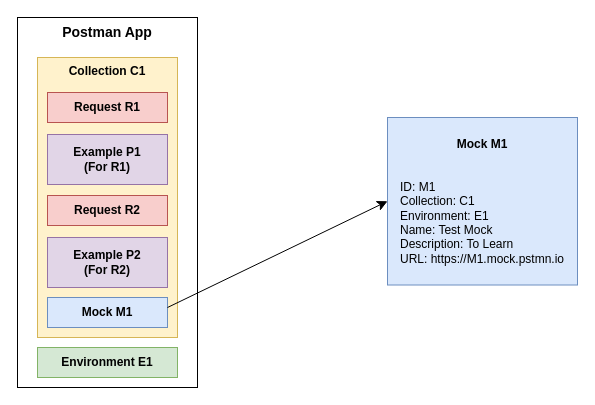
postmanlabs/labs-docs keeps this draw.io diagram as static/mock/show-mock.drawio. Above is the earlier version. Source tidied: cells renumbered, new cells numbered last; positions are measured from the earlier drawing's top-left corner, leaving out a move shared by most shapes. Both pictures are drawn from the tidied source at 100%, with x=0, y=0 at pixel (17, 17).
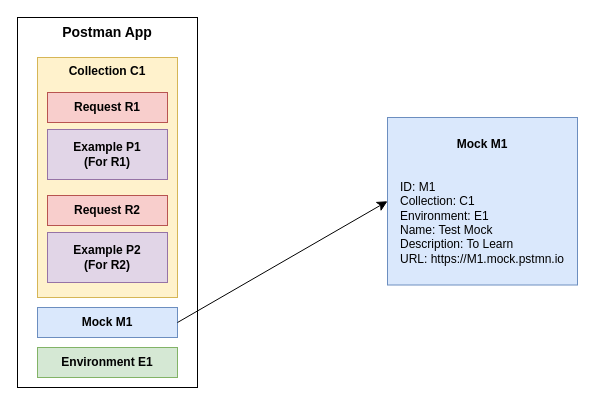
The same diagram, later.

Diff of the diagram source:
```diff
@@
 <mxGraphModel>
   <root>
     <mxCell id="0" />
     <mxCell id="1" parent="0" />
     <mxCell id="2" value="&lt;b&gt;&lt;font style=&quot;font-size: 14px&quot;&gt;Postman App&lt;/font&gt;&lt;/b&gt;" style="rounded=0;whiteSpace=wrap;html=1;verticalAlign=top;" parent="1" vertex="1">
       <mxGeometry width="180" height="370" as="geometry" />
     </mxCell>
     <mxCell id="3" value="&lt;b&gt;Environment E1&lt;/b&gt;" style="rounded=0;whiteSpace=wrap;html=1;verticalAlign=middle;labelBackgroundColor=none;fillColor=#d5e8d4;strokeColor=#82b366;glass=0;" parent="1" vertex="1">
       <mxGeometry x="20" y="330" width="140" height="30" as="geometry" />
     </mxCell>
     <mxCell id="4" value="&lt;b&gt;Collection C1&lt;/b&gt;" style="rounded=0;whiteSpace=wrap;html=1;verticalAlign=top;fillColor=#fff2cc;strokeColor=#d6b656;" parent="1" vertex="1">
-      <mxGeometry x="20" y="40" width="140" height="280" as="geometry" />
+      <mxGeometry x="20" y="40" width="140" height="240" as="geometry" />
     </mxCell>
     <mxCell id="5" value="&lt;b&gt;Request R1&lt;/b&gt;" style="rounded=0;whiteSpace=wrap;html=1;verticalAlign=middle;fillColor=#f8cecc;strokeColor=#b85450;" parent="1" vertex="1">
       <mxGeometry x="30" y="75" width="120" height="30" as="geometry" />
     </mxCell>
     <mxCell id="6" value="&lt;b&gt;Request R2&lt;/b&gt;" style="rounded=0;whiteSpace=wrap;html=1;verticalAlign=middle;fillColor=#f8cecc;strokeColor=#b85450;" parent="1" vertex="1">
       <mxGeometry x="30" y="178" width="120" height="30" as="geometry" />
     </mxCell>
     <mxCell id="7" value="&lt;b&gt;Example P1&lt;br&gt;(For R1)&lt;/b&gt;" style="rounded=0;whiteSpace=wrap;html=1;verticalAlign=middle;fillColor=#e1d5e7;strokeColor=#9673a6;" parent="1" vertex="1">
-      <mxGeometry x="30" y="117" width="120" height="50" as="geometry" />
+      <mxGeometry x="30" y="112" width="120" height="50" as="geometry" />
     </mxCell>
     <mxCell id="8" value="&lt;b&gt;Example P2&lt;br&gt;(For R2)&lt;/b&gt;" style="rounded=0;whiteSpace=wrap;html=1;verticalAlign=middle;fillColor=#e1d5e7;strokeColor=#9673a6;" parent="1" vertex="1">
-      <mxGeometry x="30" y="220" width="120" height="50" as="geometry" />
+      <mxGeometry x="30" y="215" width="120" height="50" as="geometry" />
     </mxCell>
     <mxCell id="9" value="&lt;b&gt;Mock M1&lt;/b&gt;" style="rounded=0;whiteSpace=wrap;html=1;verticalAlign=middle;fillColor=#dae8fc;strokeColor=#6c8ebf;" parent="1" vertex="1">
-      <mxGeometry x="30" y="280" width="120" height="30" as="geometry" />
+      <mxGeometry x="20" y="290" width="140" height="30" as="geometry" />
     </mxCell>
     <mxCell id="10" value="&lt;span&gt;&lt;b&gt;Mock M1&lt;br&gt;&lt;br&gt;&lt;/b&gt;&lt;/span&gt;&lt;br&gt;&lt;div style=&quot;text-align: left&quot;&gt;&lt;span&gt;ID: M1&lt;/span&gt;&lt;/div&gt;&lt;span&gt;&lt;div style=&quot;text-align: left&quot;&gt;&lt;span&gt;Collection: C1&lt;/span&gt;&lt;/div&gt;&lt;/span&gt;&lt;span&gt;&lt;div style=&quot;text-align: left&quot;&gt;&lt;span&gt;Environment: E1&lt;/span&gt;&lt;/div&gt;&lt;/span&gt;&lt;span&gt;&lt;div style=&quot;text-align: left&quot;&gt;&lt;span&gt;Name: Test Mock&lt;/span&gt;&lt;/div&gt;&lt;/span&gt;&lt;span&gt;&lt;div style=&quot;text-align: left&quot;&gt;&lt;span&gt;Description: To Learn&lt;/span&gt;&lt;/div&gt;&lt;/span&gt;&lt;span&gt;&lt;div style=&quot;text-align: left&quot;&gt;&lt;span&gt;URL: https://M1.mock.pstmn.io&lt;/span&gt;&lt;/div&gt;&lt;/span&gt;" style="rounded=0;whiteSpace=wrap;html=1;fillColor=#dae8fc;strokeColor=#6c8ebf;" parent="1" vertex="1">
       <mxGeometry x="370" y="100" width="190" height="167.5" as="geometry" />
     </mxCell>
-    <mxCell id="11" style="endArrow=classic;html=1;startSize=14;endSize=8;sourcePerimeterSpacing=8;targetPerimeterSpacing=8;entryX=0;entryY=0.5;entryDx=0;entryDy=0;fontSize=11;endFill=1;" parent="1" edge="1" target="10">
-      <mxGeometry relative="1" as="geometry">
-        <mxPoint x="150" y="290" as="sourcePoint" />
-      </mxGeometry>
+    <mxCell id="11" style="endArrow=classic;html=1;startSize=14;endSize=8;sourcePerimeterSpacing=8;targetPerimeterSpacing=8;entryX=0;entryY=0.5;entryDx=0;entryDy=0;fontSize=11;endFill=1;exitX=1;exitY=0.5;exitDx=0;exitDy=0;" parent="1" edge="1" source="9" target="10">
+      <mxGeometry relative="1" as="geometry" />
     </mxCell>
   </root>
 </mxGraphModel>
```
